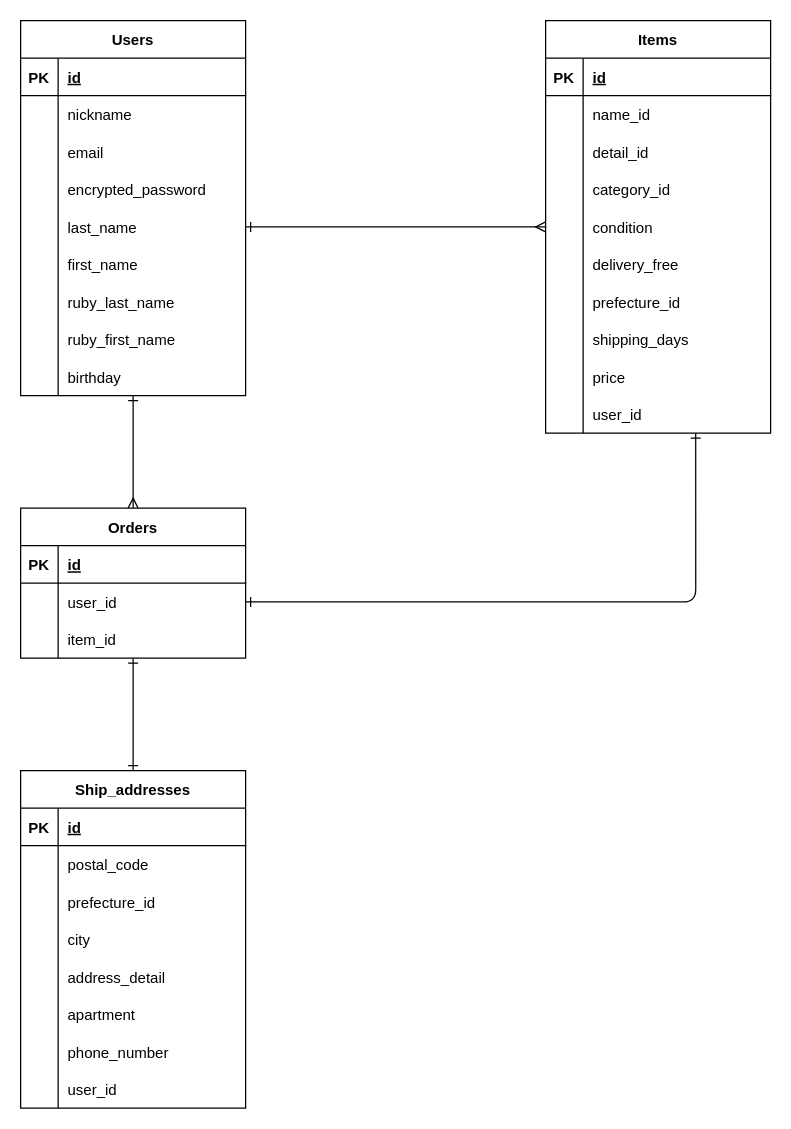
Above: furima.dio in 43piyopiyo/furima-38439 (draw.io), before the change. Source tidied: cells renumbered, new cells numbered last; positions are measured from the earlier drawing's top-left corner, leaving out a move shared by most shapes. Both pictures are drawn from the tidied source at 125%, with x=0, y=0 at pixel (20, 20).
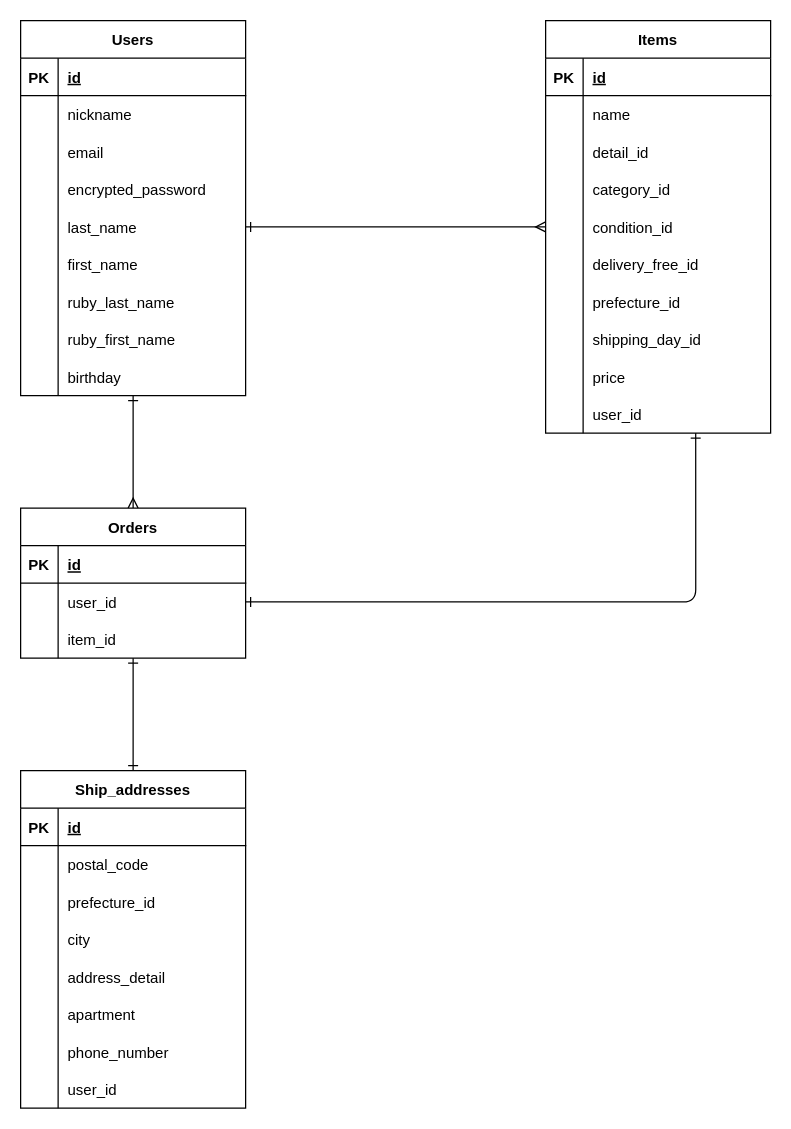
After the change.

Commit message (it also covers changes not shown here):
データベース再設計2

Unchanged cells that the change refers to:
```xml
<mxCell id="34" style="shape=partialRectangle;fillColor=none;top=0;left=0;bottom=0;right=0;" parent="30" vertex="1">
  <mxGeometry y="60" width="180" height="30" as="geometry" />
</mxCell>
<mxCell id="43" style="shape=partialRectangle;fillColor=none;top=0;left=0;bottom=0;right=0;points=[[0,0.5],[1,0.5]];portConstraint=eastwest;" parent="30" vertex="1">
  <mxGeometry y="150" width="180" height="30" as="geometry" />
</mxCell>
<mxCell id="46" style="shape=partialRectangle;fillColor=none;top=0;left=0;bottom=0;right=0;" parent="30" vertex="1">
  <mxGeometry y="180" width="180" height="30" as="geometry" />
</mxCell>
<mxCell id="52" style="shape=partialRectangle;fillColor=none;top=0;left=0;bottom=0;right=0;" parent="30" vertex="1">
  <mxGeometry y="240" width="180" height="30" as="geometry" />
</mxCell>
```

What changed in the source:
```diff
@@
-    <mxCell id="36" value="name_id" style="shape=partialRectangle;fillColor=none;top=0;left=0;bottom=0;right=0;align=left;spacingLeft=6;overflow=hidden;" parent="34" vertex="1">
+    <mxCell id="36" value="name" style="shape=partialRectangle;fillColor=none;top=0;left=0;bottom=0;right=0;align=left;spacingLeft=6;overflow=hidden;" parent="34" vertex="1">
       <mxGeometry x="30" width="150" height="30" as="geometry" />
     </mxCell>
@@
-    <mxCell id="45" value="condition" style="shape=partialRectangle;fillColor=none;top=0;left=0;bottom=0;right=0;align=left;spacingLeft=6;overflow=hidden;" parent="43" vertex="1">
+    <mxCell id="45" value="condition_id" style="shape=partialRectangle;fillColor=none;top=0;left=0;bottom=0;right=0;align=left;spacingLeft=6;overflow=hidden;" parent="43" vertex="1">
       <mxGeometry x="30" width="150" height="30" as="geometry" />
     </mxCell>
@@
-    <mxCell id="48" value="delivery_free" style="shape=partialRectangle;fillColor=none;top=0;left=0;bottom=0;right=0;align=left;spacingLeft=6;overflow=hidden;" parent="46" vertex="1">
+    <mxCell id="48" value="delivery_free_id" style="shape=partialRectangle;fillColor=none;top=0;left=0;bottom=0;right=0;align=left;spacingLeft=6;overflow=hidden;" parent="46" vertex="1">
       <mxGeometry x="30" width="150" height="30" as="geometry" />
     </mxCell>
@@
-    <mxCell id="54" value="shipping_days" style="shape=partialRectangle;fillColor=none;top=0;left=0;bottom=0;right=0;align=left;spacingLeft=6;overflow=hidden;" parent="52" vertex="1">
+    <mxCell id="54" value="shipping_day_id" style="shape=partialRectangle;fillColor=none;top=0;left=0;bottom=0;right=0;align=left;spacingLeft=6;overflow=hidden;" parent="52" vertex="1">
       <mxGeometry x="30" width="150" height="30" as="geometry" />
     </mxCell>
```
